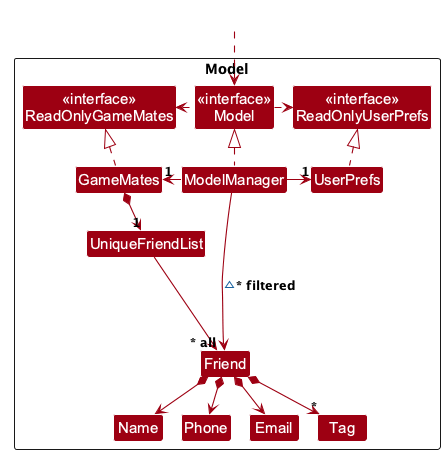
Earlier version of the PlantUML export images/ModelClassDiagram.png (AY2627S1-CS2103T-W14-3/tp).
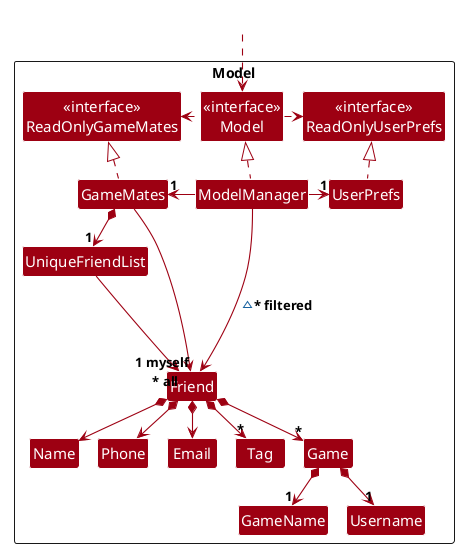
After the change.

What changed in the source:
```diff
@@ -19,6 +19,9 @@
 Class Name
 Class Phone
 Class Tag
+Class Game
+Class GameName
+Class Username
 
 Class I #FFFFFF
 }
@@ -37,10 +40,14 @@
 
 GameMates *--> "1" UniqueFriendList
 UniqueFriendList --> "~* all" Friend
+GameMates --> "1 myself" Friend
 Friend *--> Name
 Friend *--> Phone
 Friend *--> Email
 Friend *--> "*" Tag
+Friend *--> "*" Game
+Game *--> "1" GameName
+Game *--> "1" Username
 
 Friend -[hidden]up--> I
 UniqueFriendList -[hidden]right-> I
```
